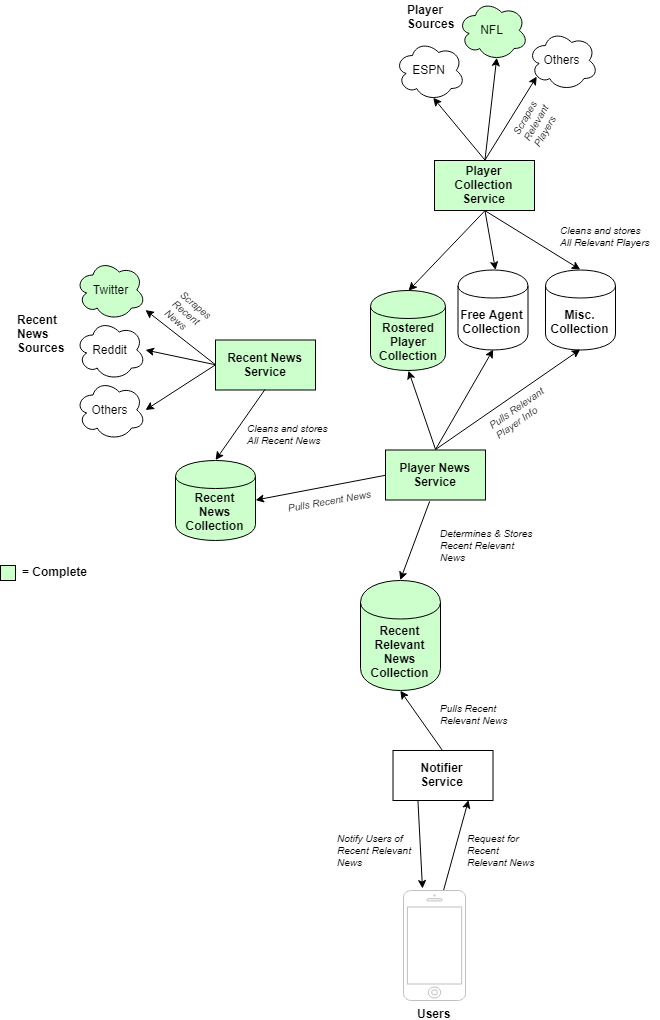
mpcen/ff-notify-api keeps this draw.io diagram as wiki/diagrams/ff-notify system.png. Above is the earlier version. Source tidied: cells renumbered, new cells last; positions are measured from the earlier drawing's top-left corner, leaving out a move shared by most shapes.
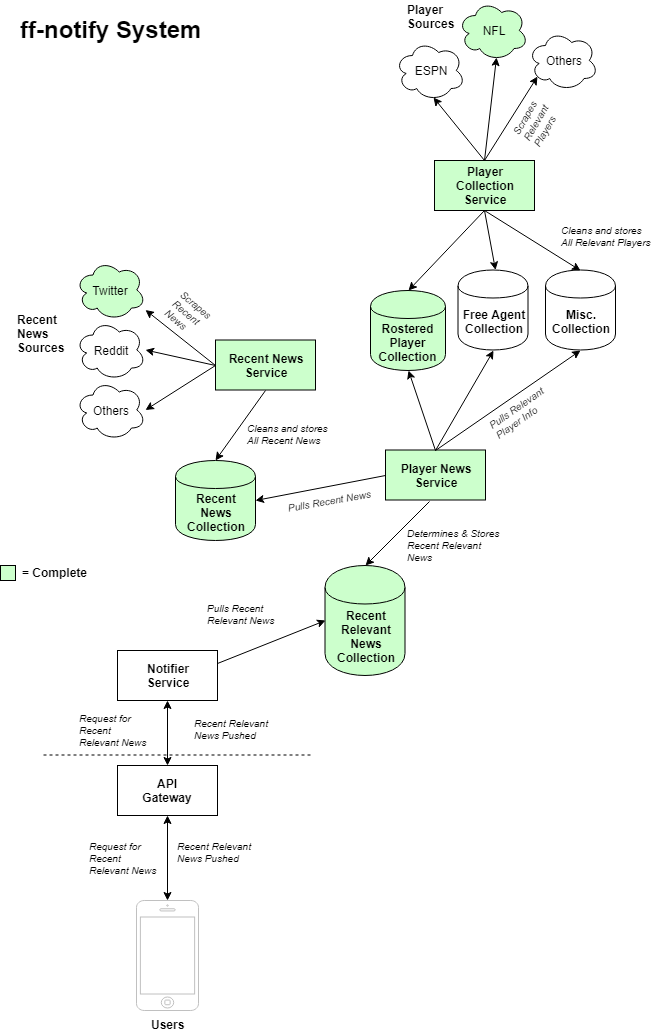
The same diagram one commit later.

Commit message:
updated system diagram

The edit, as a diff of the source:
```diff
@@ -113,41 +113,31 @@
       <mxGeometry x="487.5" y="394.5" width="80" height="40" as="geometry" />
     </mxCell>
     <mxCell id="36" value="Recent&lt;br&gt;Relevant&lt;br&gt;News&lt;br&gt;Collection&lt;br&gt;" style="shape=cylinder;whiteSpace=wrap;html=1;boundedLbl=1;backgroundOutline=1;fillColor=#CCFFCC;fontStyle=1;" parent="1" vertex="1">
-      <mxGeometry x="360" y="580" width="80" height="110" as="geometry" />
+      <mxGeometry x="324.5" y="565" width="80" height="110" as="geometry" />
     </mxCell>
     <mxCell id="37" style="endArrow=classic;html=1;exitX=0.44;exitY=1.02;exitDx=0;exitDy=0;entryX=0.5;entryY=0;entryDx=0;entryDy=0;exitPerimeter=0;" parent="1" edge="1" source="12" target="36">
       <mxGeometry relative="1" as="geometry" />
     </mxCell>
     <mxCell id="38" value="Determines &amp;amp; Stores&lt;br&gt;Recent Relevant&lt;br&gt;News&lt;br style=&quot;font-size: 10px&quot;&gt;" style="text;html=1;align=left;verticalAlign=top;spacingTop=-4;fontSize=10;rotation=0;fontStyle=2;" parent="1" vertex="1">
-      <mxGeometry x="437.5" y="525" width="110" height="40" as="geometry" />
+      <mxGeometry x="404.5" y="525" width="110" height="40" as="geometry" />
     </mxCell>
     <mxCell id="39" value="Cleans and stores&lt;br&gt;All Relevant Players&lt;br style=&quot;font-size: 10px&quot;&gt;" style="text;html=1;align=left;verticalAlign=top;spacingTop=-4;fontSize=10;fontStyle=2;" parent="1" vertex="1">
       <mxGeometry x="558.5" y="222" width="100" height="30" as="geometry" />
     </mxCell>
     <mxCell id="40" value="Notifier&lt;br&gt;Service&lt;br&gt;" style="rounded=0;whiteSpace=wrap;html=1;fontStyle=1;" parent="1" vertex="1">
-      <mxGeometry x="392.5" y="750" width="100" height="50" as="geometry" />
+      <mxGeometry x="117" y="650" width="100" height="50" as="geometry" />
     </mxCell>
-    <mxCell id="41" style="endArrow=classic;html=1;exitX=0.5;exitY=0;exitDx=0;exitDy=0;entryX=0.5;entryY=1;entryDx=0;entryDy=0;" parent="1" edge="1" source="40" target="36">
+    <mxCell id="41" style="endArrow=classic;html=1;exitX=1;exitY=0.25;exitDx=0;exitDy=0;entryX=0;entryY=0.5;entryDx=0;entryDy=0;" parent="1" edge="1" source="40" target="36">
       <mxGeometry relative="1" as="geometry" />
     </mxCell>
     <mxCell id="42" value="Pulls Recent&lt;br&gt;Relevant News&lt;br style=&quot;font-size: 10px&quot;&gt;" style="text;html=1;align=left;verticalAlign=top;spacingTop=-4;fontSize=10;rotation=0;fontStyle=2;" parent="1" vertex="1">
-      <mxGeometry x="437.5" y="700" width="80" height="30" as="geometry" />
+      <mxGeometry x="204.5" y="600" width="80" height="30" as="geometry" />
     </mxCell>
-    <mxCell id="43" style="endArrow=classic;html=1;exitX=0.25;exitY=1;exitDx=0;exitDy=0;entryX=0.4;entryY=0.1;entryDx=0;entryDy=0;entryPerimeter=0;" parent="1" edge="1" source="40">
-      <mxGeometry relative="1" as="geometry">
-        <mxPoint x="422" y="888" as="targetPoint" />
-      </mxGeometry>
-    </mxCell>
-    <mxCell id="44" value="Notify Users of&lt;br&gt;Recent Relevant&lt;br&gt;News&lt;br style=&quot;font-size: 10px&quot;&gt;" style="text;html=1;align=left;verticalAlign=top;spacingTop=-4;fontSize=10;rotation=0;fontStyle=2;" parent="1" vertex="1">
-      <mxGeometry x="335" y="830" width="90" height="40" as="geometry" />
+    <mxCell id="44" value="Recent Relevant&lt;br&gt;News Pushed&lt;br style=&quot;font-size: 10px&quot;&gt;" style="text;html=1;align=left;verticalAlign=top;spacingTop=-4;fontSize=10;rotation=0;fontStyle=2;" parent="1" vertex="1">
+      <mxGeometry x="175" y="837.5" width="90" height="30" as="geometry" />
     </mxCell>
-    <mxCell id="45" style="endArrow=classic;html=1;entryX=0.75;entryY=1;entryDx=0;entryDy=0;" parent="1" edge="1" target="40">
-      <mxGeometry relative="1" as="geometry">
-        <mxPoint x="443" y="890" as="sourcePoint" />
-      </mxGeometry>
-    </mxCell>
     <mxCell id="46" value="Request for&lt;br&gt;Recent&lt;br&gt;Relevant News&lt;br style=&quot;font-size: 10px&quot;&gt;" style="text;html=1;align=left;verticalAlign=top;spacingTop=-4;fontSize=10;rotation=0;fontStyle=2;" parent="1" vertex="1">
-      <mxGeometry x="464.5" y="830" width="80" height="40" as="geometry" />
+      <mxGeometry x="87" y="837.5" width="80" height="40" as="geometry" />
     </mxCell>
     <mxCell id="47" style="whiteSpace=wrap;html=1;fillColor=#CCFFCC;" parent="1" vertex="1">
       <mxGeometry y="565" width="15" height="15" as="geometry" />
@@ -156,7 +146,31 @@
       <mxGeometry x="20" y="562.5" width="80" height="20" as="geometry" />
     </mxCell>
     <mxCell id="49" value="&lt;font style=&quot;font-size: 12px&quot;&gt;&lt;b&gt;Users&lt;/b&gt;&lt;/font&gt;" style="html=1;verticalLabelPosition=bottom;labelBackgroundColor=#ffffff;verticalAlign=top;shadow=0;dashed=0;strokeWidth=1;shape=mxgraph.ios7.misc.iphone;fillColor=#ffffff;strokeColor=#c0c0c0;" parent="1" vertex="1">
-      <mxGeometry x="403" y="890" width="62" height="110" as="geometry" />
+      <mxGeometry x="136" y="900" width="62" height="110" as="geometry" />
     </mxCell>
+    <mxCell id="50" value="API&lt;br&gt;Gateway&lt;br&gt;" style="rounded=0;whiteSpace=wrap;html=1;fontStyle=1;" parent="1" vertex="1">
+      <mxGeometry x="117" y="765" width="100" height="50" as="geometry" />
+    </mxCell>
+    <mxCell id="51" style="endArrow=classic;startArrow=classic;html=1;entryX=0.5;entryY=1;entryDx=0;entryDy=0;exitX=0.5;exitY=0;exitDx=0;exitDy=0;" parent="1" edge="1" source="50" target="40">
+      <mxGeometry relative="1" as="geometry" />
+    </mxCell>
+    <mxCell id="52" style="endArrow=classic;startArrow=classic;html=1;entryX=0.5;entryY=1;entryDx=0;entryDy=0;" parent="1" edge="1" source="49" target="50">
+      <mxGeometry relative="1" as="geometry" />
+    </mxCell>
+    <mxCell id="53" value="Request for&lt;br&gt;Recent&lt;br&gt;Relevant News&lt;br style=&quot;font-size: 10px&quot;&gt;" style="text;html=1;align=left;verticalAlign=top;spacingTop=-4;fontSize=10;rotation=0;fontStyle=2;" parent="1" vertex="1">
+      <mxGeometry x="77" y="710" width="80" height="40" as="geometry" />
+    </mxCell>
+    <mxCell id="54" value="Recent Relevant&lt;br&gt;News Pushed&lt;br style=&quot;font-size: 10px&quot;&gt;" style="text;html=1;align=left;verticalAlign=top;spacingTop=-4;fontSize=10;rotation=0;fontStyle=2;" parent="1" vertex="1">
+      <mxGeometry x="192" y="715" width="90" height="30" as="geometry" />
+    </mxCell>
+    <mxCell id="55" style="endArrow=none;dashed=1;html=1;" parent="1" edge="1">
+      <mxGeometry relative="1" as="geometry">
+        <mxPoint x="43" y="754.5" as="sourcePoint" />
+        <mxPoint x="313" y="754.5" as="targetPoint" />
+      </mxGeometry>
+    </mxCell>
+    <mxCell id="56" value="&lt;h1&gt;ff-notify System&lt;/h1&gt;" style="text;html=1;strokeColor=none;fillColor=none;spacing=5;spacingTop=-20;whiteSpace=wrap;overflow=hidden;rounded=0;" parent="1" vertex="1">
+      <mxGeometry x="15" y="10" width="218" height="40" as="geometry" />
+    </mxCell>
   </root>
 </mxGraphModel>
```
